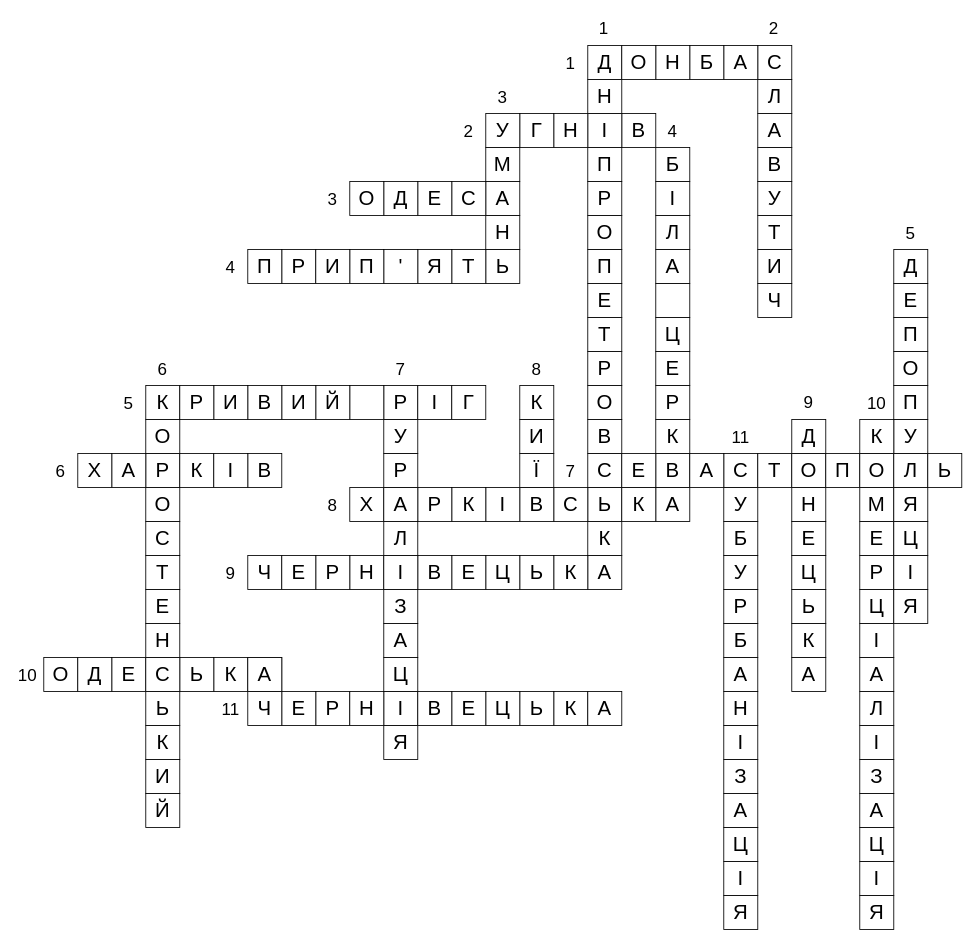
Earlier version of the draw.io diagram Копія Crossword.drawio (GeorgeShvab/diagrams). Source tidied: cells renumbered, new cells numbered last; positions are measured from the earlier drawing's top-left corner, leaving out a move shared by most shapes. Both pictures are drawn from the tidied source at 85%, with x=0, y=0 at pixel (14, 14).
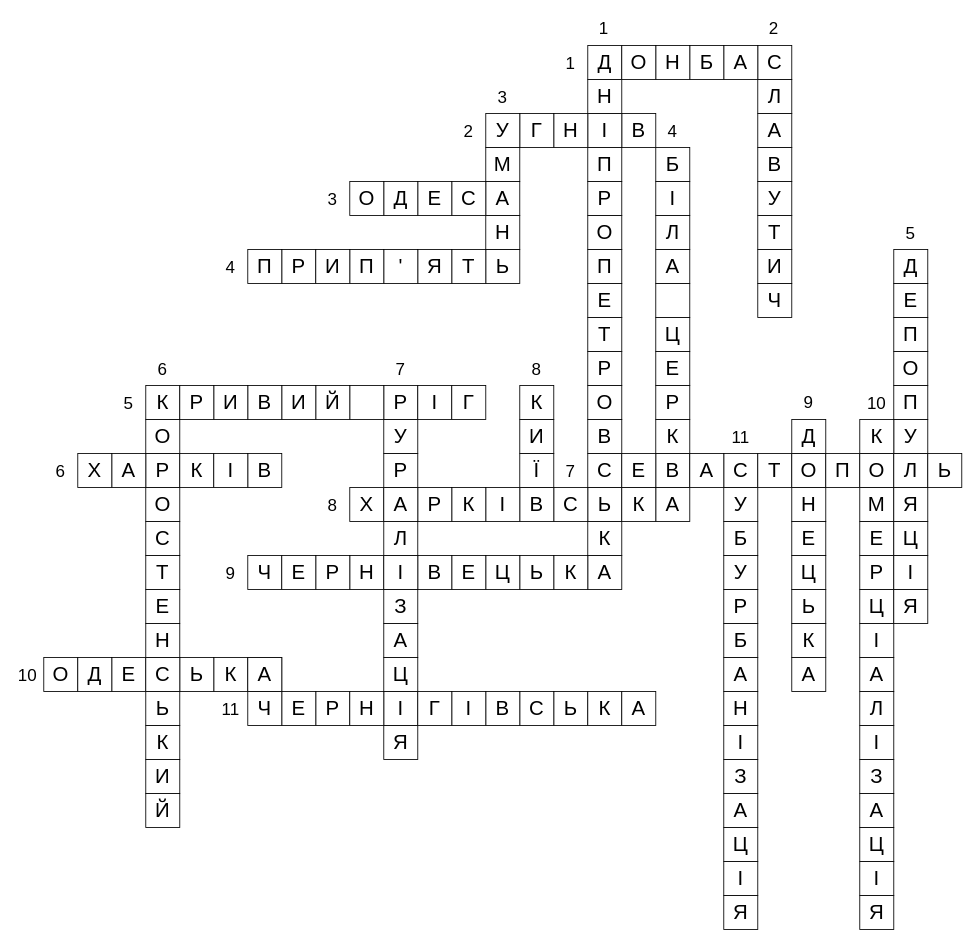
After the change.

What changed in the source:
```diff
@@
-    <mxCell id="121" value="К" style="rounded=0;whiteSpace=wrap;html=1;fontSize=24;" parent="1" vertex="1">
+    <mxCell id="121" value="Ь" style="rounded=0;whiteSpace=wrap;html=1;fontSize=24;" parent="1" vertex="1">
       <mxGeometry x="634" y="796" width="40" height="40" as="geometry" />
     </mxCell>
-    <mxCell id="122" value="Ь" style="rounded=0;whiteSpace=wrap;html=1;fontSize=24;" parent="1" vertex="1">
+    <mxCell id="122" value="С" style="rounded=0;whiteSpace=wrap;html=1;fontSize=24;" parent="1" vertex="1">
       <mxGeometry x="594" y="796" width="40" height="40" as="geometry" />
     </mxCell>
-    <mxCell id="123" value="Ц" style="rounded=0;whiteSpace=wrap;html=1;fontSize=24;" parent="1" vertex="1">
+    <mxCell id="123" value="В" style="rounded=0;whiteSpace=wrap;html=1;fontSize=24;" parent="1" vertex="1">
       <mxGeometry x="554" y="796" width="40" height="40" as="geometry" />
     </mxCell>
-    <mxCell id="124" value="Е" style="rounded=0;whiteSpace=wrap;html=1;fontSize=24;" parent="1" vertex="1">
+    <mxCell id="124" value="І" style="rounded=0;whiteSpace=wrap;html=1;fontSize=24;" parent="1" vertex="1">
       <mxGeometry x="514" y="796" width="40" height="40" as="geometry" />
     </mxCell>
-    <mxCell id="125" value="В" style="rounded=0;whiteSpace=wrap;html=1;fontSize=24;" parent="1" vertex="1">
+    <mxCell id="125" value="Г" style="rounded=0;whiteSpace=wrap;html=1;fontSize=24;" parent="1" vertex="1">
       <mxGeometry x="474" y="796" width="40" height="40" as="geometry" />
     </mxCell>
@@
-    <mxCell id="127" value="А" style="rounded=0;whiteSpace=wrap;html=1;fontSize=24;" parent="1" vertex="1">
+    <mxCell id="127" value="К" style="rounded=0;whiteSpace=wrap;html=1;fontSize=24;" parent="1" vertex="1">
       <mxGeometry x="674" y="796" width="40" height="40" as="geometry" />
     </mxCell>
@@
+    <mxCell id="208" value="А" style="rounded=0;whiteSpace=wrap;html=1;fontSize=24;" parent="1" vertex="1">
+      <mxGeometry x="714" y="796" width="40" height="40" as="geometry" />
+    </mxCell>
```
